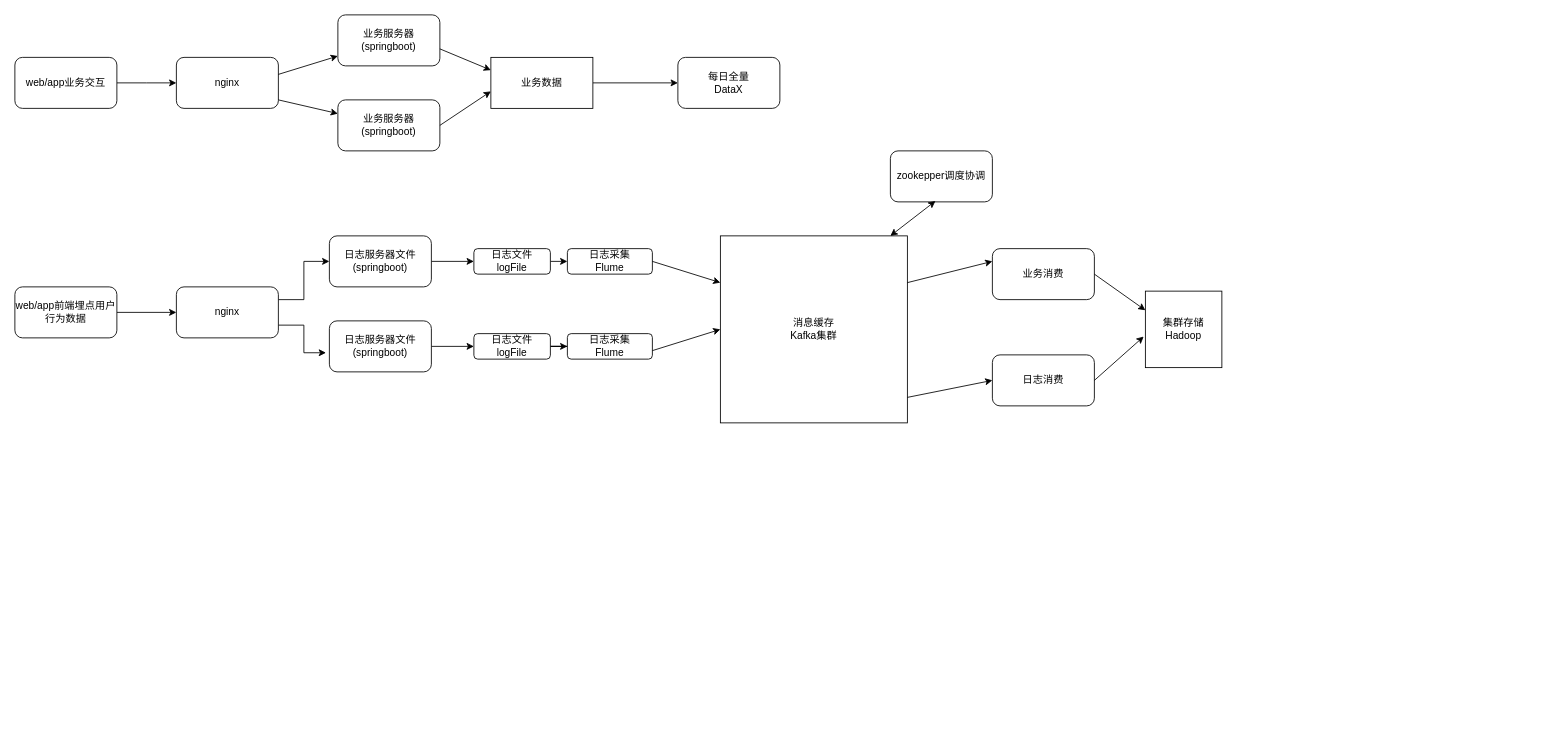
The draw.io diagram 实时数仓架构图.drawio in liuze713/warehouse, before the edit. Source tidied: cells renumbered, new cells numbered last; positions are measured from the earlier drawing's top-left corner, leaving out a move shared by most shapes. Both pictures are drawn from the tidied source at 85%, with x=0, y=0 at pixel (14, 14).
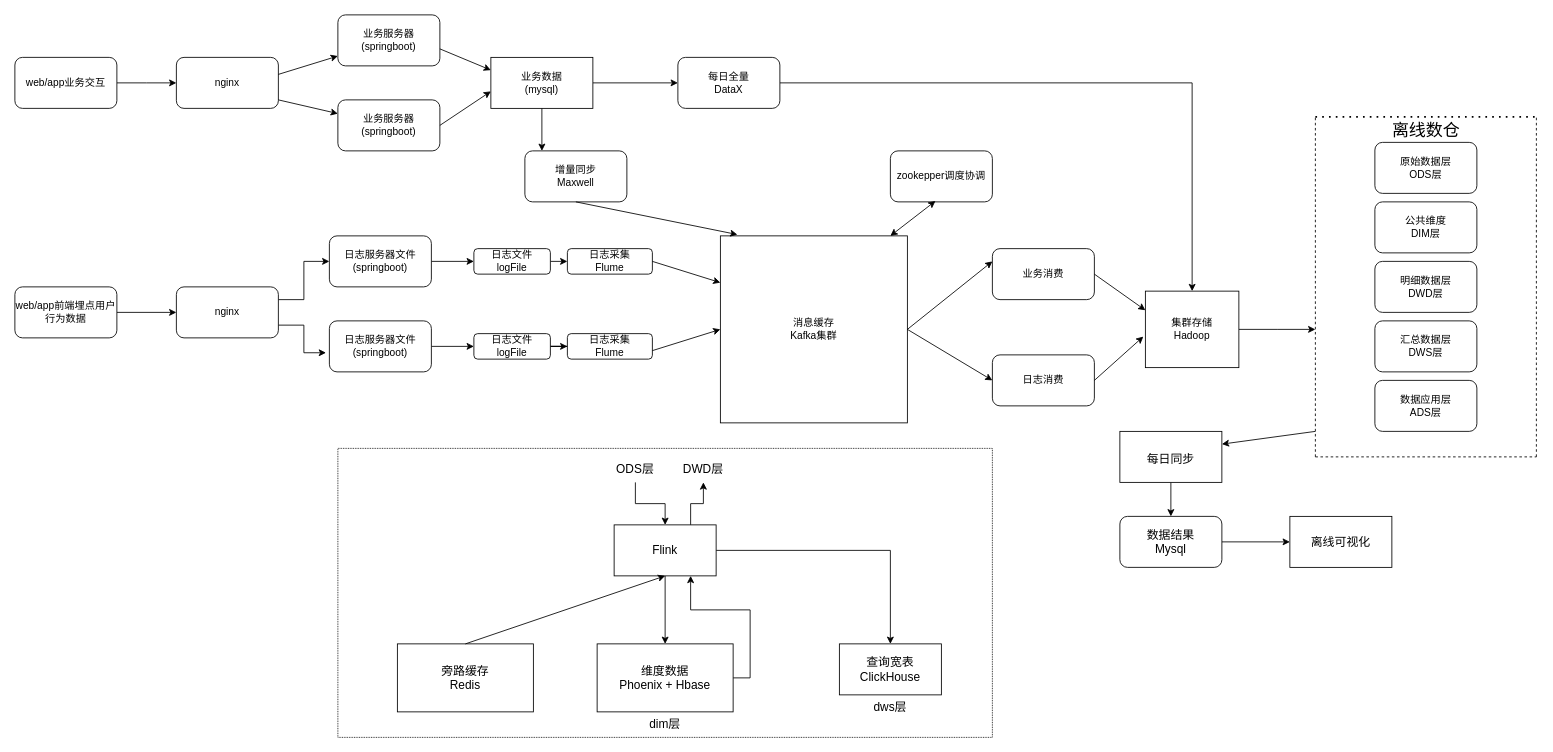
The same diagram, later.

Commit message (it also covers changes not shown here):
更新实时数仓架构图.drawio

The change refers to these unchanged cells:
```xml
<mxCell id="13" value="每日全量&lt;br&gt;DataX" style="rounded=1;whiteSpace=wrap;html=1;" parent="1" vertex="1">
  <mxGeometry x="780" y="50" width="120" height="60" as="geometry" />
</mxCell>
<mxCell id="29" value="消息缓存&lt;br&gt;Kafka集群" style="whiteSpace=wrap;html=1;" parent="1" vertex="1">
  <mxGeometry x="830" y="260" width="220" height="220" as="geometry" />
</mxCell>
<mxCell id="35" value="业务消费" style="rounded=1;whiteSpace=wrap;html=1;" parent="1" vertex="1">
  <mxGeometry x="1150" y="275" width="120" height="60" as="geometry" />
</mxCell>
<mxCell id="36" value="日志消费" style="rounded=1;whiteSpace=wrap;html=1;" parent="1" vertex="1">
  <mxGeometry x="1150" y="400" width="120" height="60" as="geometry" />
</mxCell>
```

Diff of the diagram source:
```diff
@@
-    <mxCell id="10" value="业务数据" style="rounded=0;whiteSpace=wrap;html=1;" parent="1" vertex="1">
+    <mxCell id="10" value="业务数据&lt;br&gt;(mysql)" style="rounded=0;whiteSpace=wrap;html=1;" parent="1" vertex="1">
       <mxGeometry x="560" y="50" width="120" height="60" as="geometry" />
     </mxCell>
@@
+    <mxCell id="41" style="edgeStyle=orthogonalEdgeStyle;rounded=0;jettySize=auto;html=1;exitX=1;exitY=0.5;exitDx=0;exitDy=0;entryX=0.5;entryY=0;entryDx=0;entryDy=0;" parent="1" edge="1" source="13" target="34">
+      <mxGeometry relative="1" as="geometry" />
+    </mxCell>
@@
+    <mxCell id="42" style="edgeStyle=orthogonalEdgeStyle;rounded=0;jettySize=auto;html=1;fontSize=20;" parent="1" edge="1" source="34">
+      <mxGeometry relative="1" as="geometry">
+        <mxPoint x="1530" y="370" as="targetPoint" />
+      </mxGeometry>
+    </mxCell>
     <mxCell id="34" value="集群存储&lt;br&gt;Hadoop" style="rounded=0;whiteSpace=wrap;html=1;" parent="1" vertex="1">
-      <mxGeometry x="1330" y="325" width="90" height="90" as="geometry" />
+      <mxGeometry x="1330" y="325" width="110" height="90" as="geometry" />
     </mxCell>
@@
-    <mxCell id="39" style="endArrow=classic;html=1;rounded=0;entryX=0;entryY=0.5;entryDx=0;entryDy=0;" parent="1" edge="1" target="36">
-      <mxGeometry relative="1" as="geometry">
-        <mxPoint x="1050" y="450" as="sourcePoint" />
-      </mxGeometry>
+    <mxCell id="39" style="endArrow=classic;html=1;rounded=0;entryX=0;entryY=0.5;entryDx=0;entryDy=0;exitX=1;exitY=0.5;exitDx=0;exitDy=0;" parent="1" edge="1" source="29" target="36">
+      <mxGeometry relative="1" as="geometry" />
     </mxCell>
-    <mxCell id="40" style="endArrow=classic;html=1;rounded=0;entryX=0;entryY=0.25;entryDx=0;entryDy=0;" parent="1" edge="1" target="35">
-      <mxGeometry relative="1" as="geometry">
-        <mxPoint x="1050" y="315" as="sourcePoint" />
-      </mxGeometry>
+    <mxCell id="40" style="endArrow=classic;html=1;rounded=0;entryX=0;entryY=0.25;entryDx=0;entryDy=0;exitX=1;exitY=0.5;exitDx=0;exitDy=0;" parent="1" edge="1" source="29" target="35">
+      <mxGeometry relative="1" as="geometry" />
     </mxCell>
+    <mxCell id="43" value="增量同步&lt;br&gt;Maxwell" style="rounded=1;whiteSpace=wrap;html=1;" parent="1" vertex="1">
+      <mxGeometry x="600" y="160" width="120" height="60" as="geometry" />
+    </mxCell>
+    <mxCell id="44" style="endArrow=classic;html=1;rounded=0;entryX=0.167;entryY=0;entryDx=0;entryDy=0;entryPerimeter=0;" parent="1" edge="1" target="43">
+      <mxGeometry relative="1" as="geometry">
+        <mxPoint x="620" y="110" as="sourcePoint" />
+      </mxGeometry>
+    </mxCell>
+    <mxCell id="45" style="endArrow=classic;html=1;rounded=0;entryX=0.091;entryY=-0.007;entryDx=0;entryDy=0;entryPerimeter=0;exitX=0.5;exitY=1;exitDx=0;exitDy=0;" parent="1" edge="1" source="43" target="29">
+      <mxGeometry relative="1" as="geometry" />
+    </mxCell>
+    <mxCell id="46" style="endArrow=none;dashed=1;html=1;dashPattern=1 3;strokeWidth=2;rounded=0;" parent="1" edge="1">
+      <mxGeometry relative="1" as="geometry">
+        <mxPoint x="1530" y="120" as="sourcePoint" />
+        <mxPoint x="1790" y="120" as="targetPoint" />
+      </mxGeometry>
+    </mxCell>
+    <mxCell id="47" style="endArrow=none;dashed=1;html=1;rounded=0;" parent="1" edge="1">
+      <mxGeometry relative="1" as="geometry">
+        <mxPoint x="1530" y="520" as="sourcePoint" />
+        <mxPoint x="1530" y="120" as="targetPoint" />
+      </mxGeometry>
+    </mxCell>
+    <mxCell id="48" style="endArrow=none;dashed=1;html=1;rounded=0;" parent="1" edge="1">
+      <mxGeometry relative="1" as="geometry">
+        <mxPoint x="1790" y="520" as="sourcePoint" />
+        <mxPoint x="1790" y="120" as="targetPoint" />
+      </mxGeometry>
+    </mxCell>
+    <mxCell id="49" style="endArrow=none;dashed=1;html=1;rounded=0;" parent="1" edge="1">
+      <mxGeometry relative="1" as="geometry">
+        <mxPoint x="1530" y="520" as="sourcePoint" />
+        <mxPoint x="1790" y="520" as="targetPoint" />
+      </mxGeometry>
+    </mxCell>
+    <mxCell id="50" value="数据应用层&lt;br&gt;ADS层" style="rounded=1;whiteSpace=wrap;html=1;" parent="1" vertex="1">
+      <mxGeometry x="1600" y="430" width="120" height="60" as="geometry" />
+    </mxCell>
+    <mxCell id="51" value="汇总数据层&lt;br&gt;DWS层" style="rounded=1;whiteSpace=wrap;html=1;" parent="1" vertex="1">
+      <mxGeometry x="1600" y="360" width="120" height="60" as="geometry" />
+    </mxCell>
+    <mxCell id="52" value="明细数据层&lt;br&gt;DWD层" style="rounded=1;whiteSpace=wrap;html=1;" parent="1" vertex="1">
+      <mxGeometry x="1600" y="290" width="120" height="60" as="geometry" />
+    </mxCell>
+    <mxCell id="53" value="公共维度&lt;br&gt;DIM层" style="rounded=1;whiteSpace=wrap;html=1;" parent="1" vertex="1">
+      <mxGeometry x="1600" y="220" width="120" height="60" as="geometry" />
+    </mxCell>
+    <mxCell id="54" value="原始数据层&lt;br&gt;ODS层" style="rounded=1;whiteSpace=wrap;html=1;" parent="1" vertex="1">
+      <mxGeometry x="1600" y="150" width="120" height="60" as="geometry" />
+    </mxCell>
+    <mxCell id="55" value="&lt;font style=&quot;font-size: 20px;&quot;&gt;离线数仓&lt;/font&gt;" style="text;html=1;align=center;verticalAlign=middle;strokeColor=none;fillColor=none;" parent="1" vertex="1">
+      <mxGeometry x="1610" y="115" width="100" height="40" as="geometry" />
+    </mxCell>
+    <mxCell id="56" style="edgeStyle=orthogonalEdgeStyle;rounded=0;jettySize=auto;html=1;exitX=0.5;exitY=1;exitDx=0;exitDy=0;entryX=0.5;entryY=0;entryDx=0;entryDy=0;fontSize=14;" parent="1" edge="1" source="57" target="60">
+      <mxGeometry relative="1" as="geometry" />
+    </mxCell>
+    <mxCell id="57" value="&lt;font style=&quot;font-size: 14px;&quot;&gt;每日同步&lt;/font&gt;" style="rounded=0;whiteSpace=wrap;html=1;fontSize=20;" parent="1" vertex="1">
+      <mxGeometry x="1300" y="490" width="120" height="60" as="geometry" />
+    </mxCell>
+    <mxCell id="58" style="endArrow=classic;html=1;rounded=0;fontSize=14;entryX=1;entryY=0.25;entryDx=0;entryDy=0;" parent="1" edge="1" target="57">
+      <mxGeometry relative="1" as="geometry">
+        <mxPoint x="1530" y="490" as="sourcePoint" />
+        <Array as="points">
+          <mxPoint x="1530" y="490" />
+        </Array>
+      </mxGeometry>
+    </mxCell>
+    <mxCell id="59" style="edgeStyle=orthogonalEdgeStyle;rounded=0;jettySize=auto;html=1;exitX=1;exitY=0.5;exitDx=0;exitDy=0;entryX=0;entryY=0.5;entryDx=0;entryDy=0;fontSize=14;" parent="1" edge="1" source="60" target="61">
+      <mxGeometry relative="1" as="geometry" />
+    </mxCell>
+    <mxCell id="60" value="数据结果&lt;br&gt;Mysql" style="rounded=1;whiteSpace=wrap;html=1;fontSize=14;" parent="1" vertex="1">
+      <mxGeometry x="1300" y="590" width="120" height="60" as="geometry" />
+    </mxCell>
+    <mxCell id="61" value="离线可视化" style="rounded=0;whiteSpace=wrap;html=1;fontSize=14;" parent="1" vertex="1">
+      <mxGeometry x="1500" y="590" width="120" height="60" as="geometry" />
+    </mxCell>
+    <mxCell id="62" style="rounded=0;whiteSpace=wrap;html=1;fontSize=14;dashed=1;dashPattern=1 1;" parent="1" vertex="1">
+      <mxGeometry x="380" y="510" width="770" height="340" as="geometry" />
+    </mxCell>
+    <mxCell id="63" style="edgeStyle=orthogonalEdgeStyle;rounded=0;jettySize=auto;html=1;exitX=0.75;exitY=0;exitDx=0;exitDy=0;fontSize=14;" parent="1" edge="1" source="66" target="69">
+      <mxGeometry relative="1" as="geometry" />
+    </mxCell>
+    <mxCell id="64" style="edgeStyle=orthogonalEdgeStyle;rounded=0;jettySize=auto;html=1;exitX=0.5;exitY=1;exitDx=0;exitDy=0;fontSize=14;" parent="1" edge="1" source="66" target="73">
+      <mxGeometry relative="1" as="geometry" />
+    </mxCell>
+    <mxCell id="65" style="edgeStyle=orthogonalEdgeStyle;rounded=0;jettySize=auto;html=1;exitX=1;exitY=0.5;exitDx=0;exitDy=0;entryX=0.5;entryY=0;entryDx=0;entryDy=0;fontSize=14;" parent="1" edge="1" source="66" target="74">
+      <mxGeometry relative="1" as="geometry" />
+    </mxCell>
+    <mxCell id="66" value="Flink" style="rounded=0;whiteSpace=wrap;html=1;fontSize=14;" parent="1" vertex="1">
+      <mxGeometry x="705" y="600" width="120" height="60" as="geometry" />
+    </mxCell>
+    <mxCell id="67" style="edgeStyle=orthogonalEdgeStyle;rounded=0;jettySize=auto;html=1;fontSize=14;" parent="1" edge="1" source="68" target="66">
+      <mxGeometry relative="1" as="geometry" />
+    </mxCell>
+    <mxCell id="68" value="ODS层" style="text;html=1;strokeColor=none;fillColor=none;align=center;verticalAlign=middle;whiteSpace=wrap;rounded=0;fontSize=14;" parent="1" vertex="1">
+      <mxGeometry x="700" y="520" width="60" height="30" as="geometry" />
+    </mxCell>
+    <mxCell id="69" value="DWD层" style="text;html=1;strokeColor=none;fillColor=none;align=center;verticalAlign=middle;whiteSpace=wrap;rounded=0;fontSize=14;" parent="1" vertex="1">
+      <mxGeometry x="780" y="520" width="60" height="30" as="geometry" />
+    </mxCell>
+    <mxCell id="70" value="旁路缓存&lt;br&gt;Redis" style="rounded=0;whiteSpace=wrap;html=1;fontSize=14;" parent="1" vertex="1">
+      <mxGeometry x="450" y="740" width="160" height="80" as="geometry" />
+    </mxCell>
+    <mxCell id="71" style="endArrow=classic;html=1;rounded=0;fontSize=14;entryX=0.5;entryY=1;entryDx=0;entryDy=0;" parent="1" edge="1" target="66">
+      <mxGeometry relative="1" as="geometry">
+        <mxPoint x="530" y="740" as="sourcePoint" />
+      </mxGeometry>
+    </mxCell>
+    <mxCell id="72" style="edgeStyle=orthogonalEdgeStyle;rounded=0;jettySize=auto;html=1;exitX=1;exitY=0.5;exitDx=0;exitDy=0;entryX=0.75;entryY=1;entryDx=0;entryDy=0;fontSize=14;" parent="1" edge="1" source="73" target="66">
+      <mxGeometry relative="1" as="geometry" />
+    </mxCell>
+    <mxCell id="73" value="维度数据&lt;br&gt;Phoenix + Hbase" style="rounded=0;whiteSpace=wrap;html=1;fontSize=14;" parent="1" vertex="1">
+      <mxGeometry x="685" y="740" width="160" height="80" as="geometry" />
+    </mxCell>
+    <mxCell id="74" value="查询宽表&lt;br&gt;ClickHouse" style="rounded=0;whiteSpace=wrap;html=1;fontSize=14;" parent="1" vertex="1">
+      <mxGeometry x="970" y="740" width="120" height="60" as="geometry" />
+    </mxCell>
+    <mxCell id="75" value="dim层" style="text;html=1;strokeColor=none;fillColor=none;align=center;verticalAlign=middle;whiteSpace=wrap;rounded=0;fontSize=14;" parent="1" vertex="1">
+      <mxGeometry x="735" y="820" width="60" height="30" as="geometry" />
+    </mxCell>
+    <mxCell id="76" value="dws层" style="text;html=1;strokeColor=none;fillColor=none;align=center;verticalAlign=middle;whiteSpace=wrap;rounded=0;fontSize=14;" parent="1" vertex="1">
+      <mxGeometry x="1000" y="800" width="60" height="30" as="geometry" />
+    </mxCell>
```
